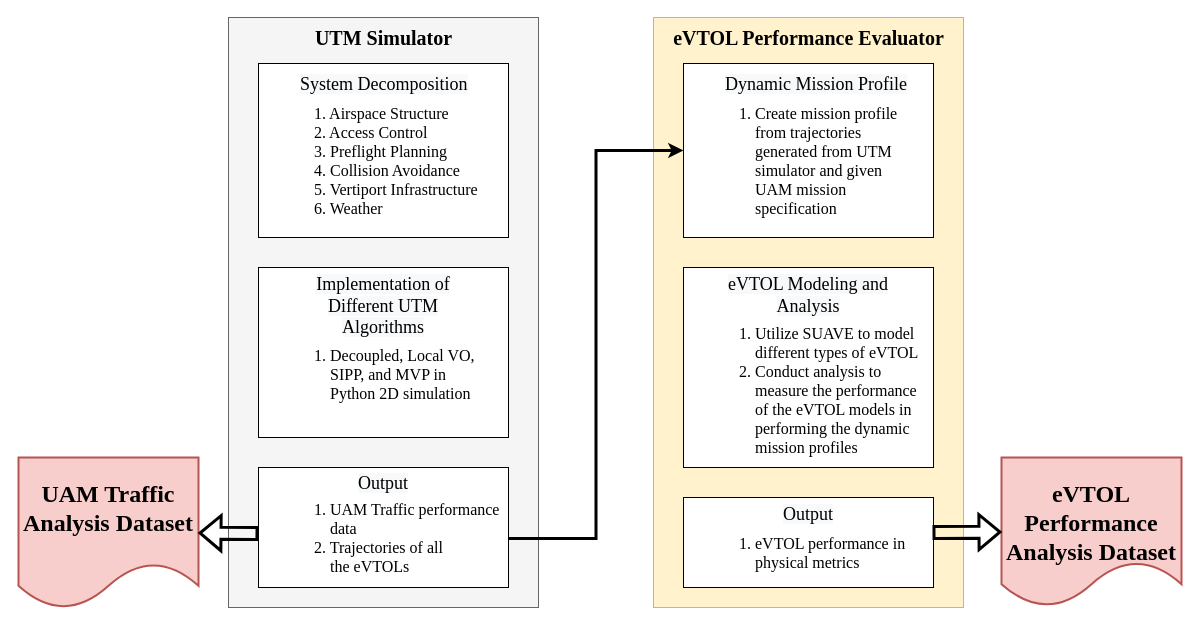
Before: page "Page-2" (2 of 2) of system_overview.drawio in mrinmoysarkar/draw_io_projects, a draw.io diagram. Source tidied: cells renumbered, new cells numbered last; positions are measured from the earlier drawing's top-left corner, leaving out a move shared by most shapes. Both pictures are drawn from the tidied source at 100%, with x=0, y=0 at pixel (18, 17).
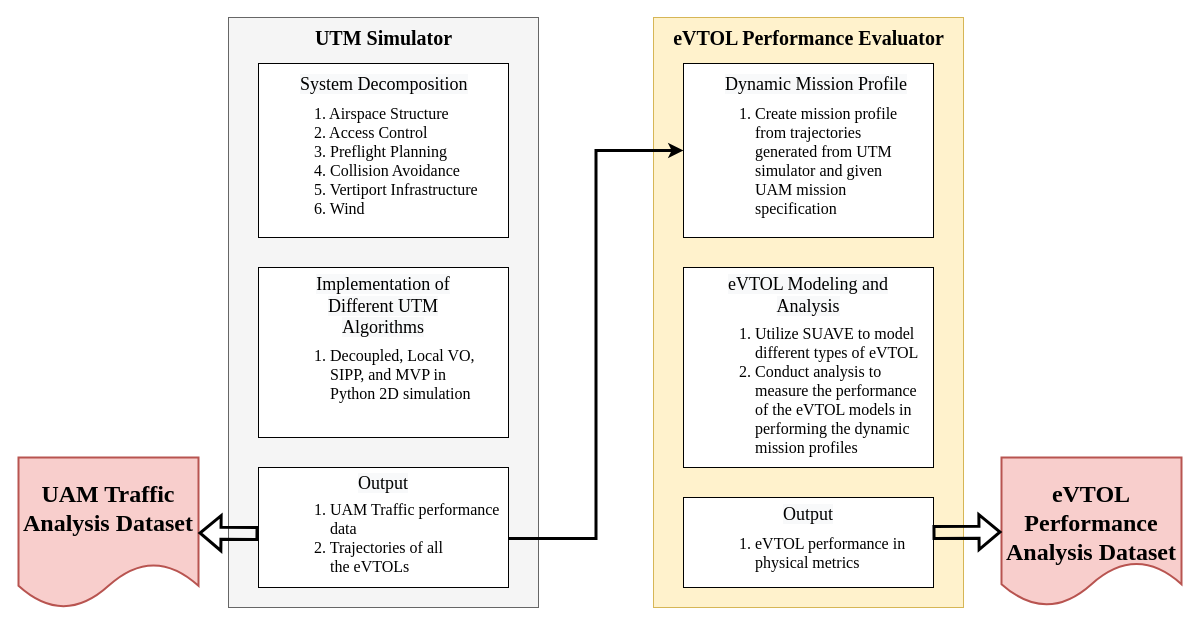
After the change.

What changed in the source:
```diff
@@
-    <mxCell id="6" value="1. Airspace Structure&#10;2. Access Control&#10;3. Preflight Planning&#10;4. Collision Avoidance&#10;5. Vertiport Infrastructure&#10;6. Weather&#10;&#10;" style="text;strokeColor=none;fillColor=none;align=left;verticalAlign=top;spacingLeft=4;spacingRight=4;overflow=hidden;fontFamily=Times New Roman;fontSize=16;" parent="1" vertex="1">
+    <mxCell id="6" value="1. Airspace Structure&#10;2. Access Control&#10;3. Preflight Planning&#10;4. Collision Avoidance&#10;5. Vertiport Infrastructure&#10;6. Wind&#10;&#10;" style="text;strokeColor=none;fillColor=none;align=left;verticalAlign=top;spacingLeft=4;spacingRight=4;overflow=hidden;fontFamily=Times New Roman;fontSize=16;" parent="1" vertex="1">
       <mxGeometry x="290" y="80" width="190" height="130" as="geometry" />
     </mxCell>
```
